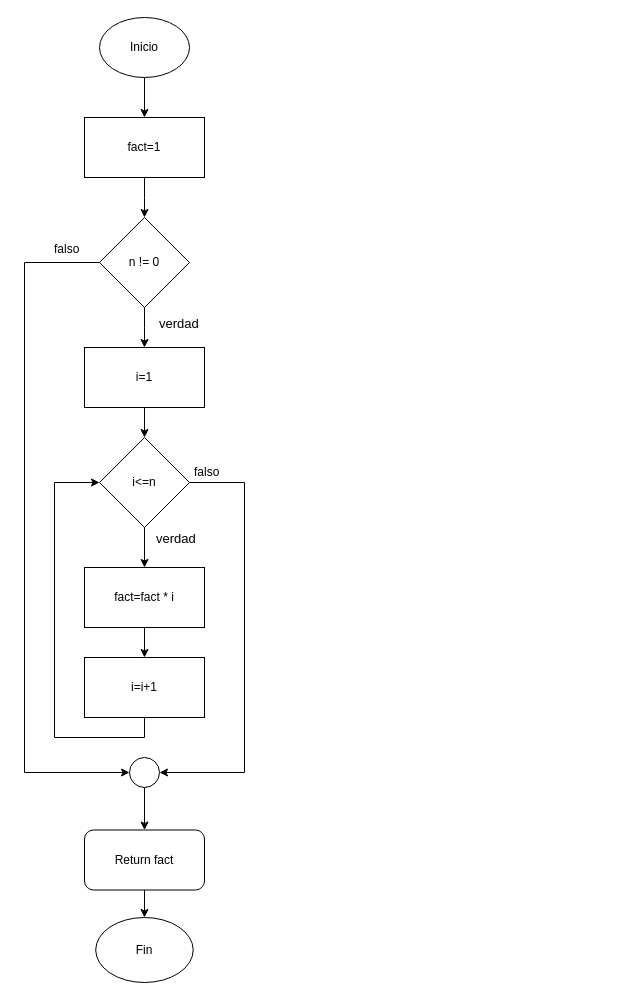
This is Untitled Diagram.drawio from mpaulaherrero/ati, a draw.io file, before an edit. Source tidied: cells renumbered, new cells numbered last; positions are measured from the earlier drawing's top-left corner, leaving out a move shared by most shapes. Both pictures are drawn from the tidied source at 100%, with x=0, y=0 at pixel (24, 17).
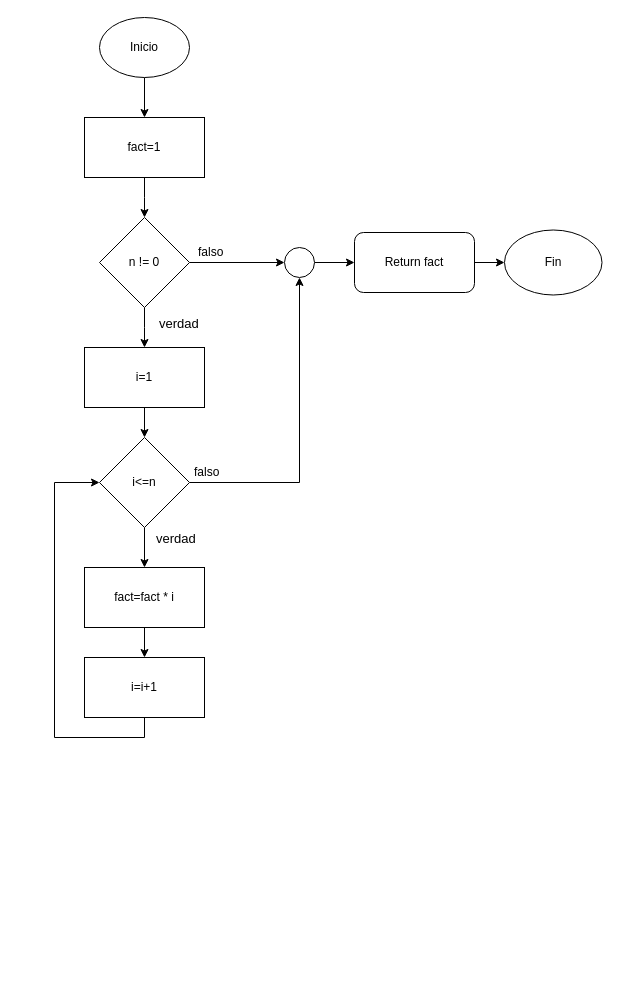
The same page after the edit.

The change refers to these unchanged cells:
```xml
<mxCell id="9" value="n != 0" style="rhombus;whiteSpace=wrap;html=1;" parent="1" vertex="1">
  <mxGeometry x="75" y="200" width="90" height="90" as="geometry" />
</mxCell>
<mxCell id="12" value="i&amp;lt;=n" style="rhombus;whiteSpace=wrap;html=1;" parent="1" vertex="1">
  <mxGeometry x="75" y="420" width="90" height="90" as="geometry" />
</mxCell>
```

The edit, as a diff of the source:
```diff
@@
     <mxCell id="4" value="Fin" style="ellipse;whiteSpace=wrap;html=1;" parent="1" vertex="1">
-      <mxGeometry x="71.2" y="900" width="97.5" height="65" as="geometry" />
+      <mxGeometry x="480" y="212.5" width="97.5" height="65" as="geometry" />
     </mxCell>
@@
-    <mxCell id="8" style="edgeStyle=orthogonalEdgeStyle;rounded=0;jettySize=auto;html=1;fontFamily=Helvetica;fontSize=13;" parent="1" edge="1" source="9" target="18">
+    <mxCell id="8" style="edgeStyle=orthogonalEdgeStyle;rounded=0;jettySize=auto;html=1;fontFamily=Helvetica;fontSize=13;entryX=0;entryY=0.5;entryDx=0;entryDy=0;" parent="1" edge="1" source="9" target="18">
       <mxGeometry relative="1" as="geometry">
         <Array as="points">
-          <mxPoint y="245" />
-          <mxPoint y="755" />
+          <mxPoint x="260" y="245" />
         </Array>
       </mxGeometry>
     </mxCell>
@@
     <mxCell id="10" style="edgeStyle=orthogonalEdgeStyle;rounded=0;jettySize=auto;html=1;startArrow=none;exitX=1;exitY=0.5;exitDx=0;exitDy=0;" parent="1" edge="1" source="12" target="18">
       <mxGeometry relative="1" as="geometry">
         <Array as="points">
-          <mxPoint x="220" y="465" />
-          <mxPoint x="220" y="755" />
+          <mxPoint x="275" y="465" />
         </Array>
       </mxGeometry>
     </mxCell>
@@
-    <mxCell id="13" style="edgeStyle=orthogonalEdgeStyle;rounded=0;jettySize=auto;html=1;" parent="1" edge="1" source="14" target="4">
+    <mxCell id="13" style="edgeStyle=orthogonalEdgeStyle;rounded=0;jettySize=auto;html=1;fontFamily=Helvetica;fontSize=13;" parent="1" edge="1" source="14" target="4">
       <mxGeometry relative="1" as="geometry" />
     </mxCell>
     <mxCell id="14" value="Return fact" style="rounded=1;whiteSpace=wrap;html=1;" parent="1" vertex="1">
-      <mxGeometry x="60" y="812.5" width="120" height="60" as="geometry" />
+      <mxGeometry x="330" y="215" width="120" height="60" as="geometry" />
     </mxCell>
@@
     <mxCell id="18" style="ellipse;whiteSpace=wrap;html=1;" parent="1" vertex="1">
-      <mxGeometry x="105" y="740" width="30" height="30" as="geometry" />
+      <mxGeometry x="260" y="230" width="30" height="30" as="geometry" />
     </mxCell>
@@
     <mxCell id="20" value="falso" style="text;html=1;strokeColor=none;fillColor=none;spacing=5;spacingTop=-20;whiteSpace=wrap;overflow=hidden;rounded=0;" parent="1" vertex="1">
-      <mxGeometry x="25" y="235" width="50" height="20" as="geometry" />
+      <mxGeometry x="169" y="238" width="50" height="20" as="geometry" />
     </mxCell>
```
